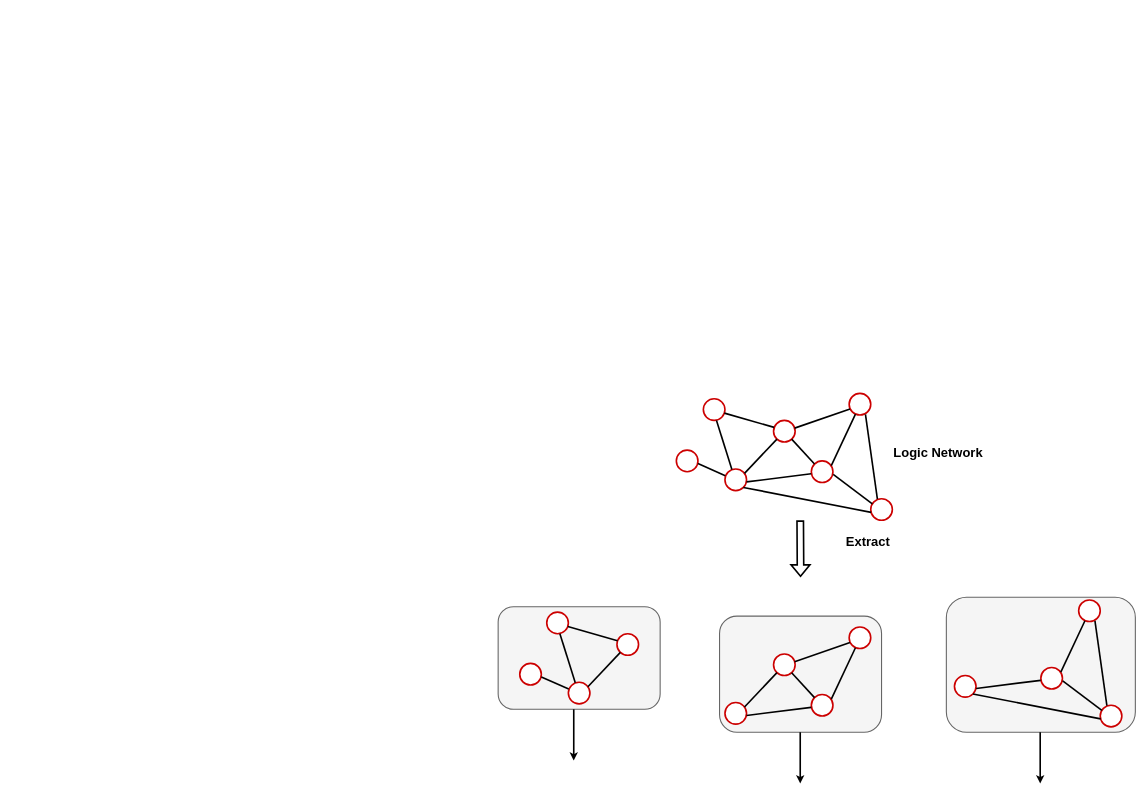
Above: explorationEngine.drawio in kxzhu0505/LogicSynOpt (draw.io), before the change. Source tidied: cells renumbered, new cells numbered last; positions are measured from the earlier drawing's top-left corner, leaving out a move shared by most shapes. Both pictures are drawn from the tidied source at 54%, with x=0, y=0 at pixel (498, 393).
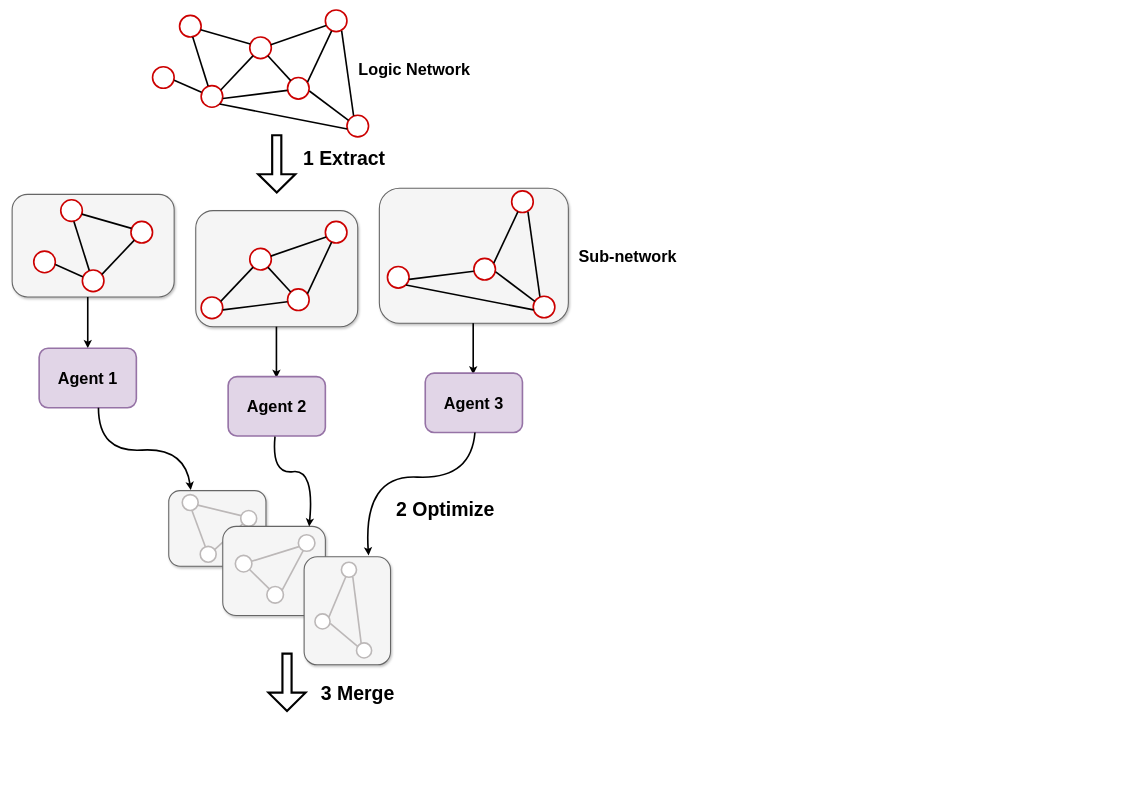
After the change.

Change to the diagram source:
```diff
@@
-    <mxCell id="2" style="rounded=1;whiteSpace=wrap;html=1;fillColor=#f5f5f5;fontColor=#333333;strokeColor=#666666;strokeWidth=2;" parent="1" vertex="1">
-      <mxGeometry x="830" y="377.5" width="350" height="250" as="geometry" />
+    <mxCell id="2" style="rounded=1;whiteSpace=wrap;html=1;fillColor=#f5f5f5;fontColor=#333333;strokeColor=#666666;strokeWidth=2;shadow=1;" parent="1" vertex="1">
+      <mxGeometry x="-220" y="-380" width="350" height="250" as="geometry" />
     </mxCell>
-    <mxCell id="3" style="rounded=1;whiteSpace=wrap;html=1;fillColor=#f5f5f5;fontColor=#333333;strokeColor=#666666;strokeWidth=2;" parent="1" vertex="1">
-      <mxGeometry x="410" y="412.5" width="300" height="215" as="geometry" />
+    <mxCell id="3" style="rounded=1;whiteSpace=wrap;html=1;fillColor=#f5f5f5;fontColor=#333333;strokeColor=#666666;strokeWidth=2;shadow=1;" parent="1" vertex="1">
+      <mxGeometry x="-560" y="-338.5" width="300" height="215" as="geometry" />
     </mxCell>
-    <mxCell id="4" style="rounded=1;whiteSpace=wrap;html=1;fillColor=#f5f5f5;fontColor=#333333;strokeColor=#666666;strokeWidth=2;" parent="1" vertex="1">
-      <mxGeometry y="395" width="300" height="190" as="geometry" />
+    <mxCell id="4" style="rounded=1;whiteSpace=wrap;html=1;fillColor=#f5f5f5;fontColor=#333333;strokeColor=#666666;strokeWidth=2;shadow=1;" parent="1" vertex="1">
+      <mxGeometry x="-900" y="-368.5" width="300" height="190" as="geometry" />
     </mxCell>
     <mxCell id="5" style="ellipse;whiteSpace=wrap;html=1;strokeColor=#CC0000;strokeWidth=3;" parent="1" vertex="1">
-      <mxGeometry x="380" y="10" width="40" height="40" as="geometry" />
+      <mxGeometry x="-590" y="-700" width="40" height="40" as="geometry" />
     </mxCell>
     <mxCell id="6" style="ellipse;whiteSpace=wrap;html=1;strokeColor=#CC0000;strokeWidth=3;" parent="1" vertex="1">
-      <mxGeometry x="420" y="140" width="40" height="40" as="geometry" />
+      <mxGeometry x="-550" y="-570" width="40" height="40" as="geometry" />
     </mxCell>
     <mxCell id="7" style="ellipse;whiteSpace=wrap;html=1;strokeColor=#CC0000;strokeWidth=3;" parent="1" vertex="1">
-      <mxGeometry x="510" y="50" width="40" height="40" as="geometry" />
+      <mxGeometry x="-460" y="-660" width="40" height="40" as="geometry" />
     </mxCell>
     <mxCell id="8" style="ellipse;whiteSpace=wrap;html=1;strokeColor=#CC0000;strokeWidth=3;" parent="1" vertex="1">
-      <mxGeometry x="580" y="125" width="40" height="40" as="geometry" />
+      <mxGeometry x="-390" y="-585" width="40" height="40" as="geometry" />
     </mxCell>
     <mxCell id="9" style="ellipse;whiteSpace=wrap;html=1;strokeColor=#CC0000;strokeWidth=3;" parent="1" vertex="1">
-      <mxGeometry x="650" width="40" height="40" as="geometry" />
+      <mxGeometry x="-320" y="-710" width="40" height="40" as="geometry" />
     </mxCell>
     <mxCell id="10" style="ellipse;whiteSpace=wrap;html=1;strokeColor=#CC0000;strokeWidth=3;" parent="1" vertex="1">
-      <mxGeometry x="690" y="195" width="40" height="40" as="geometry" />
+      <mxGeometry x="-280" y="-515" width="40" height="40" as="geometry" />
     </mxCell>
     <mxCell id="11" style="ellipse;whiteSpace=wrap;html=1;strokeColor=#CC0000;strokeWidth=3;" parent="1" vertex="1">
-      <mxGeometry x="330" y="105" width="40" height="40" as="geometry" />
+      <mxGeometry x="-640" y="-605" width="40" height="40" as="geometry" />
     </mxCell>
     <mxCell id="12" style="endArrow=none;html=1;rounded=0;strokeWidth=3;exitX=0.017;exitY=0.313;exitDx=0;exitDy=0;exitPerimeter=0;" parent="1" edge="1" source="6">
       <mxGeometry relative="1" as="geometry">
-        <mxPoint x="370" y="130" as="targetPoint" />
+        <mxPoint x="-600" y="-580" as="targetPoint" />
       </mxGeometry>
     </mxCell>
@@
     <mxCell id="22" style="ellipse;whiteSpace=wrap;html=1;strokeColor=#CC0000;strokeWidth=3;" parent="1" vertex="1">
-      <mxGeometry x="90" y="405" width="40" height="40" as="geometry" />
+      <mxGeometry x="-810" y="-358.5" width="40" height="40" as="geometry" />
     </mxCell>
     <mxCell id="23" style="ellipse;whiteSpace=wrap;html=1;strokeColor=#CC0000;strokeWidth=3;" parent="1" vertex="1">
-      <mxGeometry x="130" y="535" width="40" height="40" as="geometry" />
+      <mxGeometry x="-770" y="-228.5" width="40" height="40" as="geometry" />
     </mxCell>
     <mxCell id="24" style="ellipse;whiteSpace=wrap;html=1;strokeColor=#CC0000;strokeWidth=3;" parent="1" vertex="1">
-      <mxGeometry x="220" y="445" width="40" height="40" as="geometry" />
+      <mxGeometry x="-680" y="-318.5" width="40" height="40" as="geometry" />
     </mxCell>
     <mxCell id="25" style="ellipse;whiteSpace=wrap;html=1;strokeColor=#CC0000;strokeWidth=3;" parent="1" vertex="1">
-      <mxGeometry x="40" y="500" width="40" height="40" as="geometry" />
+      <mxGeometry x="-860" y="-263.5" width="40" height="40" as="geometry" />
     </mxCell>
     <mxCell id="26" style="endArrow=none;html=1;rounded=0;strokeWidth=3;exitX=0.017;exitY=0.313;exitDx=0;exitDy=0;exitPerimeter=0;" parent="1" edge="1" source="23">
       <mxGeometry relative="1" as="geometry">
-        <mxPoint x="80" y="525" as="targetPoint" />
+        <mxPoint x="-820" y="-238.5" as="targetPoint" />
       </mxGeometry>
     </mxCell>
@@
     <mxCell id="31" style="ellipse;whiteSpace=wrap;html=1;strokeColor=#CC0000;strokeWidth=3;" parent="1" vertex="1">
-      <mxGeometry x="420" y="572.5" width="40" height="40" as="geometry" />
+      <mxGeometry x="-550" y="-178.5" width="40" height="40" as="geometry" />
     </mxCell>
     <mxCell id="32" style="ellipse;whiteSpace=wrap;html=1;strokeColor=#CC0000;strokeWidth=3;" parent="1" vertex="1">
-      <mxGeometry x="510" y="482.5" width="40" height="40" as="geometry" />
+      <mxGeometry x="-460" y="-268.5" width="40" height="40" as="geometry" />
     </mxCell>
     <mxCell id="33" style="ellipse;whiteSpace=wrap;html=1;strokeColor=#CC0000;strokeWidth=3;" parent="1" vertex="1">
-      <mxGeometry x="580" y="557.5" width="40" height="40" as="geometry" />
+      <mxGeometry x="-390" y="-193.5" width="40" height="40" as="geometry" />
     </mxCell>
     <mxCell id="34" style="ellipse;whiteSpace=wrap;html=1;strokeColor=#CC0000;strokeWidth=3;" parent="1" vertex="1">
-      <mxGeometry x="650" y="432.5" width="40" height="40" as="geometry" />
+      <mxGeometry x="-320" y="-318.5" width="40" height="40" as="geometry" />
     </mxCell>
@@
     <mxCell id="40" style="ellipse;whiteSpace=wrap;html=1;strokeColor=#CC0000;strokeWidth=3;" parent="1" vertex="1">
-      <mxGeometry x="845" y="522.5" width="40" height="40" as="geometry" />
+      <mxGeometry x="-205" y="-235" width="40" height="40" as="geometry" />
     </mxCell>
     <mxCell id="41" style="ellipse;whiteSpace=wrap;html=1;strokeColor=#CC0000;strokeWidth=3;" parent="1" vertex="1">
-      <mxGeometry x="1005" y="507.5" width="40" height="40" as="geometry" />
+      <mxGeometry x="-45" y="-250" width="40" height="40" as="geometry" />
     </mxCell>
     <mxCell id="42" style="ellipse;whiteSpace=wrap;html=1;strokeColor=#CC0000;strokeWidth=3;" parent="1" vertex="1">
-      <mxGeometry x="1075" y="382.5" width="40" height="40" as="geometry" />
+      <mxGeometry x="25" y="-375" width="40" height="40" as="geometry" />
     </mxCell>
     <mxCell id="43" style="ellipse;whiteSpace=wrap;html=1;strokeColor=#CC0000;strokeWidth=3;" parent="1" vertex="1">
-      <mxGeometry x="1115" y="577.5" width="40" height="40" as="geometry" />
+      <mxGeometry x="65" y="-180" width="40" height="40" as="geometry" />
     </mxCell>
@@
-    <mxCell id="49" value="&lt;font style=&quot;font-size: 24px;&quot;&gt;&lt;b&gt;Logic Network&lt;/b&gt;&lt;/font&gt;" style="text;html=1;align=center;verticalAlign=middle;whiteSpace=wrap;rounded=0;" parent="1" vertex="1">
-      <mxGeometry x="710" y="95" width="210" height="30" as="geometry" />
+    <mxCell id="49" value="&lt;font size=&quot;1&quot; style=&quot;&quot;&gt;&lt;b style=&quot;font-size: 30px;&quot;&gt;Logic Network&lt;/b&gt;&lt;/font&gt;" style="text;html=1;align=center;verticalAlign=middle;whiteSpace=wrap;rounded=0;" parent="1" vertex="1">
+      <mxGeometry x="-260" y="-615" width="210" height="30" as="geometry" />
     </mxCell>
-    <mxCell id="50" style="shape=flexArrow;endArrow=classic;html=1;rounded=0;strokeWidth=3;" parent="1" edge="1">
+    <mxCell id="50" style="shape=flexArrow;endArrow=classic;html=1;rounded=0;strokeWidth=4;endWidth=47.5992438563327;endSize=9.921212121212122;width=13.93939393939394;" parent="1" edge="1">
       <mxGeometry relative="1" as="geometry">
-        <mxPoint x="559.4" y="235" as="sourcePoint" />
-        <mxPoint x="560" y="340" as="targetPoint" />
+        <mxPoint x="-410" y="-480" as="sourcePoint" />
+        <mxPoint x="-410" y="-370" as="targetPoint" />
       </mxGeometry>
     </mxCell>
-    <mxCell id="51" value="&lt;span style=&quot;font-size: 24px;&quot;&gt;&lt;b&gt;Extract&lt;/b&gt;&lt;/span&gt;" style="text;html=1;align=center;verticalAlign=middle;whiteSpace=wrap;rounded=0;" parent="1" vertex="1">
-      <mxGeometry x="580" y="260" width="210" height="30" as="geometry" />
+    <mxCell id="51" value="&lt;b style=&quot;&quot;&gt;&lt;font style=&quot;font-size: 36px;&quot;&gt;1 Extract&lt;/font&gt;&lt;/b&gt;" style="text;html=1;align=center;verticalAlign=middle;whiteSpace=wrap;rounded=0;" parent="1" vertex="1">
+      <mxGeometry x="-390" y="-450" width="210" height="30" as="geometry" />
     </mxCell>
     <mxCell id="52" style="endArrow=classic;html=1;rounded=0;strokeWidth=3;" parent="1" edge="1">
       <mxGeometry relative="1" as="geometry">
-        <mxPoint x="140" y="585" as="sourcePoint" />
-        <mxPoint x="140" y="680" as="targetPoint" />
+        <mxPoint x="-760" y="-178.5" as="sourcePoint" />
+        <mxPoint x="-760" y="-83.5" as="targetPoint" />
       </mxGeometry>
     </mxCell>
     <mxCell id="53" style="endArrow=classic;html=1;rounded=0;strokeWidth=3;" parent="1" edge="1">
       <mxGeometry relative="1" as="geometry">
-        <mxPoint x="559.4" y="627.5" as="sourcePoint" />
-        <mxPoint x="559.4" y="722.5" as="targetPoint" />
+        <mxPoint x="-410.6" y="-123.5" as="sourcePoint" />
+        <mxPoint x="-410.6" y="-28.5" as="targetPoint" />
       </mxGeometry>
     </mxCell>
     <mxCell id="54" style="endArrow=classic;html=1;rounded=0;strokeWidth=3;" parent="1" edge="1">
       <mxGeometry relative="1" as="geometry">
-        <mxPoint x="1003.8" y="627.5" as="sourcePoint" />
-        <mxPoint x="1003.8" y="722.5" as="targetPoint" />
+        <mxPoint x="-46.2" y="-130" as="sourcePoint" />
+        <mxPoint x="-46.2" y="-35" as="targetPoint" />
       </mxGeometry>
     </mxCell>
+    <mxCell id="55" value="&lt;font size=&quot;1&quot; style=&quot;&quot;&gt;&lt;b style=&quot;font-size: 30px;&quot;&gt;Agent 1&lt;/b&gt;&lt;/font&gt;" style="rounded=1;whiteSpace=wrap;html=1;fillColor=#e1d5e7;strokeColor=#9673a6;strokeWidth=3;" parent="1" vertex="1">
+      <mxGeometry x="-850" y="-83.5" width="180" height="110" as="geometry" />
+    </mxCell>
+    <mxCell id="56" value="&lt;font size=&quot;1&quot; style=&quot;&quot;&gt;&lt;b style=&quot;font-size: 30px;&quot;&gt;Agent 3&lt;/b&gt;&lt;/font&gt;" style="rounded=1;whiteSpace=wrap;html=1;fillColor=#e1d5e7;strokeColor=#9673a6;strokeWidth=3;" parent="1" vertex="1">
+      <mxGeometry x="-135" y="-37.5" width="180" height="110" as="geometry" />
+    </mxCell>
+    <mxCell id="57" value="&lt;font size=&quot;1&quot; style=&quot;&quot;&gt;&lt;b style=&quot;font-size: 30px;&quot;&gt;Agent 2&lt;/b&gt;&lt;/font&gt;" style="rounded=1;whiteSpace=wrap;html=1;fillColor=#e1d5e7;strokeColor=#9673a6;strokeWidth=3;" parent="1" vertex="1">
+      <mxGeometry x="-500" y="-31" width="180" height="110" as="geometry" />
+    </mxCell>
+    <mxCell id="58" value="&lt;font size=&quot;1&quot; style=&quot;&quot;&gt;&lt;b style=&quot;font-size: 30px;&quot;&gt;Sub-network&lt;/b&gt;&lt;/font&gt;" style="text;html=1;align=center;verticalAlign=middle;whiteSpace=wrap;rounded=0;" parent="1" vertex="1">
+      <mxGeometry x="140" y="-268.5" width="200" height="30" as="geometry" />
+    </mxCell>
+    <mxCell id="59" style="group;" parent="1" vertex="1">
+      <mxGeometry x="-640" y="180" width="510" height="322.6" as="geometry" />
+    </mxCell>
+    <mxCell id="60" style="rounded=1;whiteSpace=wrap;html=1;fillColor=#f5f5f5;fontColor=#333333;strokeColor=#666666;strokeWidth=2;shadow=1;" parent="59" vertex="1">
+      <mxGeometry x="30" width="180" height="140" as="geometry" />
+    </mxCell>
+    <mxCell id="61" style="ellipse;whiteSpace=wrap;html=1;strokeColor=#bcb8b8;strokeWidth=3;" parent="59" vertex="1">
+      <mxGeometry x="55" y="7.4" width="29.5" height="29.5" as="geometry" />
+    </mxCell>
+    <mxCell id="62" style="ellipse;whiteSpace=wrap;html=1;strokeColor=#bcb8b8;strokeWidth=3;" parent="59" vertex="1">
+      <mxGeometry x="88.3" y="103.2" width="29.5" height="29.5" as="geometry" />
+    </mxCell>
+    <mxCell id="63" style="ellipse;whiteSpace=wrap;html=1;strokeColor=#bcb8b8;strokeWidth=3;" parent="59" vertex="1">
+      <mxGeometry x="163.3" y="36.8" width="29.5" height="29.5" as="geometry" />
+    </mxCell>
+    <mxCell id="64" style="endArrow=none;html=1;rounded=0;strokeWidth=3;exitX=0.321;exitY=0.022;exitDx=0;exitDy=0;exitPerimeter=0;entryX=0.609;entryY=1;entryDx=0;entryDy=0;entryPerimeter=0;strokeColor=#bcb8b8;" parent="59" edge="1" source="62" target="61">
+      <mxGeometry relative="1" as="geometry" />
+    </mxCell>
+    <mxCell id="65" style="endArrow=none;html=1;rounded=0;strokeWidth=3;exitX=0.027;exitY=0.324;exitDx=0;exitDy=0;exitPerimeter=0;entryX=0.974;entryY=0.663;entryDx=0;entryDy=0;entryPerimeter=0;strokeColor=#bcb8b8;" parent="59" edge="1" source="63" target="61">
+      <mxGeometry relative="1" as="geometry" />
+    </mxCell>
+    <mxCell id="66" style="endArrow=none;html=1;rounded=0;strokeWidth=3;exitX=0.906;exitY=0.204;exitDx=0;exitDy=0;exitPerimeter=0;strokeColor=#bcb8b8;" parent="59" edge="1" source="62" target="63">
+      <mxGeometry relative="1" as="geometry" />
+    </mxCell>
+    <mxCell id="67" style="rounded=1;whiteSpace=wrap;html=1;fillColor=#f5f5f5;fontColor=#333333;strokeColor=#666666;strokeWidth=2;shadow=1;" parent="59" vertex="1">
+      <mxGeometry x="130" y="66.3" width="190" height="165" as="geometry" />
+    </mxCell>
+    <mxCell id="68" style="ellipse;whiteSpace=wrap;html=1;strokeColor=#BCB8B8;strokeWidth=3;" parent="59" vertex="1">
+      <mxGeometry x="153.3" y="120" width="30.7" height="30.7" as="geometry" />
+    </mxCell>
+    <mxCell id="69" style="ellipse;whiteSpace=wrap;html=1;strokeColor=#BCB8B8;strokeWidth=3;" parent="59" vertex="1">
+      <mxGeometry x="211.7" y="177.6" width="30.7" height="30.7" as="geometry" />
+    </mxCell>
+    <mxCell id="70" style="ellipse;whiteSpace=wrap;html=1;strokeColor=#BCB8B8;strokeWidth=3;" parent="59" vertex="1">
+      <mxGeometry x="270" y="81.7" width="30.7" height="30.7" as="geometry" />
+    </mxCell>
+    <mxCell id="71" style="endArrow=none;html=1;rounded=0;strokeWidth=3;entryX=0;entryY=0;entryDx=0;entryDy=0;strokeColor=#BCB8B8;" parent="59" edge="1" source="68" target="69">
+      <mxGeometry relative="1" as="geometry" />
+    </mxCell>
+    <mxCell id="72" style="endArrow=none;html=1;rounded=0;strokeWidth=3;exitX=0.975;exitY=0.358;exitDx=0;exitDy=0;exitPerimeter=0;entryX=0.04;entryY=0.72;entryDx=0;entryDy=0;entryPerimeter=0;strokeColor=#BCB8B8;" parent="59" edge="1" source="68" target="70">
+      <mxGeometry relative="1" as="geometry" />
+    </mxCell>
+    <mxCell id="73" style="endArrow=none;html=1;rounded=0;strokeWidth=3;entryX=0.923;entryY=0.216;entryDx=0;entryDy=0;exitX=0.292;exitY=0.963;exitDx=0;exitDy=0;exitPerimeter=0;entryPerimeter=0;strokeColor=#BCB8B8;" parent="59" edge="1" source="70" target="69">
+      <mxGeometry relative="1" as="geometry" />
+    </mxCell>
+    <mxCell id="74" style="group;" parent="59" vertex="1">
+      <mxGeometry x="300.7" y="132.6" width="150" height="190" as="geometry" />
+    </mxCell>
+    <mxCell id="75" style="rounded=1;whiteSpace=wrap;html=1;fillColor=#f5f5f5;fontColor=#333333;strokeColor=#666666;strokeWidth=2;shadow=1;" parent="74" vertex="1">
+      <mxGeometry x="-20" y="-10" width="160" height="200" as="geometry" />
+    </mxCell>
+    <mxCell id="76" style="ellipse;whiteSpace=wrap;html=1;strokeColor=#BCB8B8;strokeWidth=3;" parent="74" vertex="1">
+      <mxGeometry y="95.7" width="28" height="28" as="geometry" />
+    </mxCell>
+    <mxCell id="77" style="ellipse;whiteSpace=wrap;html=1;strokeColor=#BCB8B8;strokeWidth=3;" parent="74" vertex="1">
+      <mxGeometry x="49" width="28" height="28" as="geometry" />
+    </mxCell>
+    <mxCell id="78" style="ellipse;whiteSpace=wrap;html=1;strokeColor=#BCB8B8;strokeWidth=3;" parent="74" vertex="1">
+      <mxGeometry x="77" y="149.4" width="28" height="28" as="geometry" />
+    </mxCell>
+    <mxCell id="79" style="endArrow=none;html=1;rounded=0;strokeWidth=3;entryX=0.923;entryY=0.216;entryDx=0;entryDy=0;exitX=0.292;exitY=0.963;exitDx=0;exitDy=0;exitPerimeter=0;entryPerimeter=0;strokeColor=#BCB8B8;" parent="74" edge="1" source="77" target="76">
+      <mxGeometry relative="1" as="geometry" />
+    </mxCell>
+    <mxCell id="80" style="endArrow=none;html=1;rounded=0;strokeWidth=3;exitX=1.012;exitY=0.625;exitDx=0;exitDy=0;exitPerimeter=0;entryX=0.073;entryY=0.237;entryDx=0;entryDy=0;entryPerimeter=0;strokeColor=#BCB8B8;" parent="74" edge="1" source="76" target="78">
+      <mxGeometry relative="1" as="geometry" />
+    </mxCell>
+    <mxCell id="81" style="endArrow=none;html=1;rounded=0;strokeWidth=3;entryX=0.308;entryY=0.021;entryDx=0;entryDy=0;exitX=0.755;exitY=0.968;exitDx=0;exitDy=0;exitPerimeter=0;entryPerimeter=0;strokeColor=#BCB8B8;" parent="74" edge="1" source="77" target="78">
+      <mxGeometry relative="1" as="geometry" />
+    </mxCell>
+    <mxCell id="82" style="curved=1;endArrow=classic;html=1;rounded=0;strokeWidth=3;entryX=0.227;entryY=-0.008;entryDx=0;entryDy=0;entryPerimeter=0;exitX=0.61;exitY=0.999;exitDx=0;exitDy=0;exitPerimeter=0;" parent="1" edge="1" source="55" target="60">
+      <mxGeometry relative="1" as="geometry">
+        <Array as="points">
+          <mxPoint x="-740" y="110" />
+          <mxPoint x="-580" y="100" />
+        </Array>
+      </mxGeometry>
+    </mxCell>
+    <mxCell id="83" style="curved=1;endArrow=classic;html=1;rounded=0;strokeWidth=3;entryX=0.842;entryY=0.002;entryDx=0;entryDy=0;entryPerimeter=0;exitX=0.482;exitY=1.01;exitDx=0;exitDy=0;exitPerimeter=0;" parent="1" edge="1" source="57" target="67">
+      <mxGeometry relative="1" as="geometry">
+        <Array as="points">
+          <mxPoint x="-420" y="150" />
+          <mxPoint x="-340" y="140" />
+        </Array>
+      </mxGeometry>
+    </mxCell>
+    <mxCell id="84" style="curved=1;endArrow=classic;html=1;rounded=0;strokeWidth=3;exitX=0.482;exitY=1.01;exitDx=0;exitDy=0;exitPerimeter=0;" parent="1" edge="1">
+      <mxGeometry relative="1" as="geometry">
+        <mxPoint x="-43" y="72.5" as="sourcePoint" />
+        <mxPoint x="-240" y="300" as="targetPoint" />
+        <Array as="points">
+          <mxPoint x="-50" y="160" />
+          <mxPoint x="-250" y="150" />
+        </Array>
+      </mxGeometry>
+    </mxCell>
+    <mxCell id="85" value="&lt;b style=&quot;&quot;&gt;&lt;font style=&quot;font-size: 36px;&quot;&gt;3 Merge&lt;/font&gt;&lt;/b&gt;" style="text;html=1;align=center;verticalAlign=middle;whiteSpace=wrap;rounded=0;" parent="1" vertex="1">
+      <mxGeometry x="-365" y="540" width="210" height="30" as="geometry" />
+    </mxCell>
+    <mxCell id="86" style="shape=flexArrow;endArrow=classic;html=1;rounded=0;strokeWidth=4;endWidth=47.5992438563327;endSize=9.921212121212122;width=13.93939393939394;" parent="1" edge="1">
+      <mxGeometry relative="1" as="geometry">
+        <mxPoint x="-391" y="480" as="sourcePoint" />
+        <mxPoint x="-391" y="590" as="targetPoint" />
+      </mxGeometry>
+    </mxCell>
+    <mxCell id="87" value="&lt;font size=&quot;1&quot; style=&quot;&quot;&gt;&lt;b style=&quot;font-size: 36px;&quot;&gt;2 Optimize&lt;/b&gt;&lt;/font&gt;" style="text;html=1;align=center;verticalAlign=middle;whiteSpace=wrap;rounded=0;" parent="1" vertex="1">
+      <mxGeometry x="-205" y="200" width="215" height="30" as="geometry" />
+    </mxCell>
```
